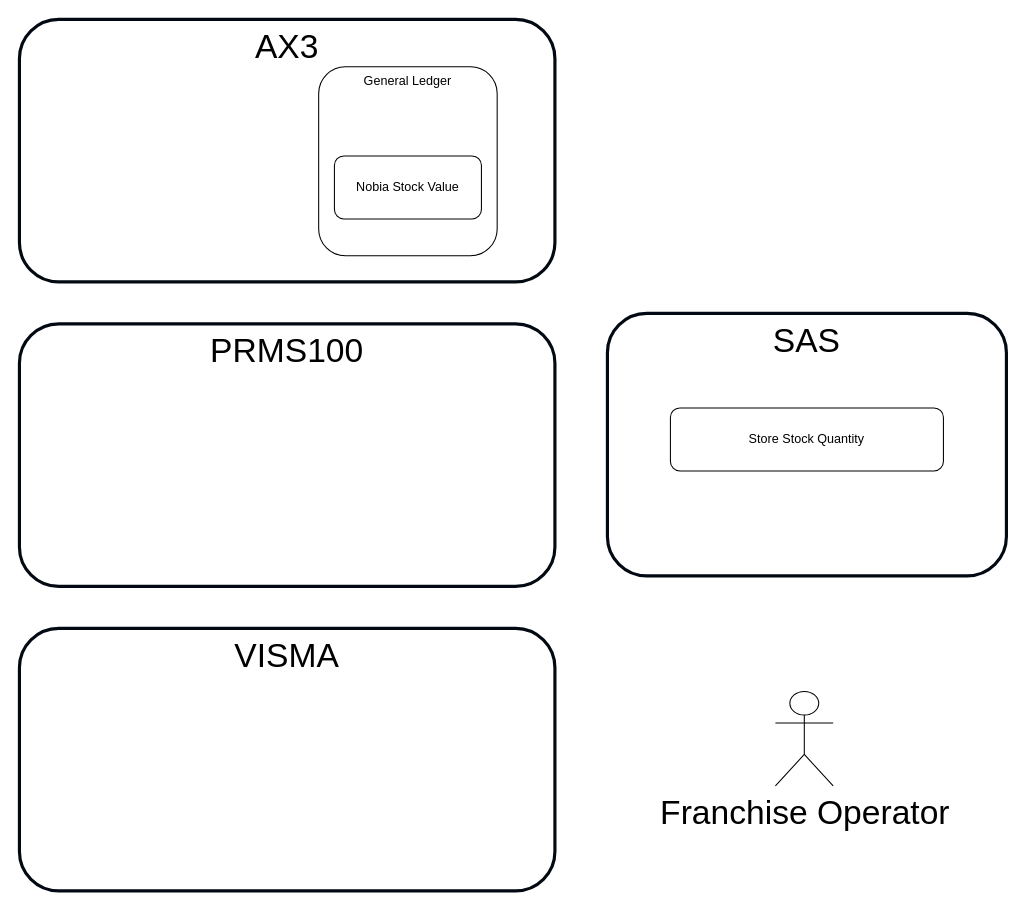
The draw.io diagram page "Stock Ledger- No Warehouse" (4 of 5) of Franchise.drawio in mrf742002/Diagrams, before the edit. Source tidied: cells renumbered, new cells numbered last; positions are measured from the earlier drawing's top-left corner, leaving out a move shared by most shapes. Both pictures are drawn from the tidied source at 105%, with x=0, y=0 at pixel (19, 19).
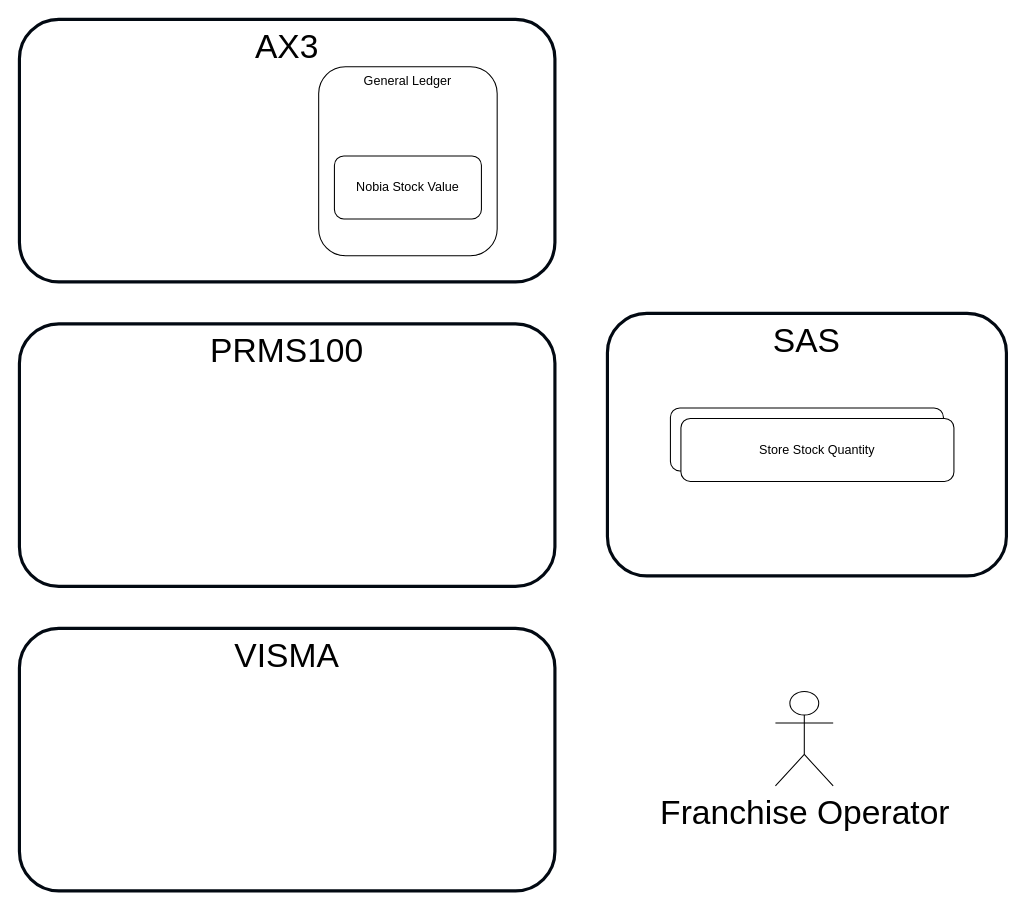
The same diagram, later.

Diff of the diagram source:
```diff
@@
 <mxGraphModel>
   <root>
     <mxCell id="0" />
     <mxCell id="1" parent="0" />
     <mxCell id="2" value="&lt;font style=&quot;font-size: 32px&quot;&gt;AX3&lt;/font&gt;" style="rounded=1;whiteSpace=wrap;html=1;verticalAlign=top;strokeWidth=3;strokeColor=#020912;" parent="1" vertex="1">
       <mxGeometry width="510" height="250" as="geometry" />
     </mxCell>
     <mxCell id="3" value="General Ledger" style="rounded=1;whiteSpace=wrap;html=1;horizontal=0;verticalAlign=top;rotation=90;" parent="1" vertex="1">
       <mxGeometry x="280" y="50" width="180" height="170" as="geometry" />
     </mxCell>
     <mxCell id="4" value="&lt;font style=&quot;font-size: 32px&quot;&gt;VISMA&lt;/font&gt;" style="rounded=1;whiteSpace=wrap;html=1;verticalAlign=top;strokeWidth=3;strokeColor=#020912;" parent="1" vertex="1">
       <mxGeometry y="580" width="510" height="250" as="geometry" />
     </mxCell>
     <mxCell id="5" value="&lt;font style=&quot;font-size: 32px&quot;&gt;PRMS100&lt;/font&gt;" style="rounded=1;whiteSpace=wrap;html=1;verticalAlign=top;strokeWidth=3;strokeColor=#020912;" parent="1" vertex="1">
       <mxGeometry y="290" width="510" height="250" as="geometry" />
     </mxCell>
     <mxCell id="6" value="&lt;font style=&quot;font-size: 32px&quot;&gt;SAS&lt;/font&gt;" style="rounded=1;whiteSpace=wrap;html=1;verticalAlign=top;strokeWidth=3;strokeColor=#020912;" parent="1" vertex="1">
       <mxGeometry x="560" y="280" width="380" height="250" as="geometry" />
     </mxCell>
     <mxCell id="7" value="Store Stock Quantity" style="rounded=1;whiteSpace=wrap;html=1;" parent="1" vertex="1">
       <mxGeometry x="620" y="370" width="260" height="60" as="geometry" />
     </mxCell>
     <mxCell id="8" value="Nobia Stock Value" style="rounded=1;whiteSpace=wrap;html=1;" parent="1" vertex="1">
       <mxGeometry x="300" y="130" width="140" height="60" as="geometry" />
     </mxCell>
     <mxCell id="9" value="&lt;font style=&quot;font-size: 32px&quot;&gt;Franchise Operator&lt;/font&gt;" style="shape=umlActor;verticalLabelPosition=bottom;verticalAlign=top;html=1;" parent="1" vertex="1">
       <mxGeometry x="720" y="640" width="55" height="90" as="geometry" />
     </mxCell>
+    <mxCell id="10" value="Store Stock Quantity" style="rounded=1;whiteSpace=wrap;html=1;" parent="1" vertex="1">
+      <mxGeometry x="630" y="380" width="260" height="60" as="geometry" />
+    </mxCell>
   </root>
 </mxGraphModel>
```
